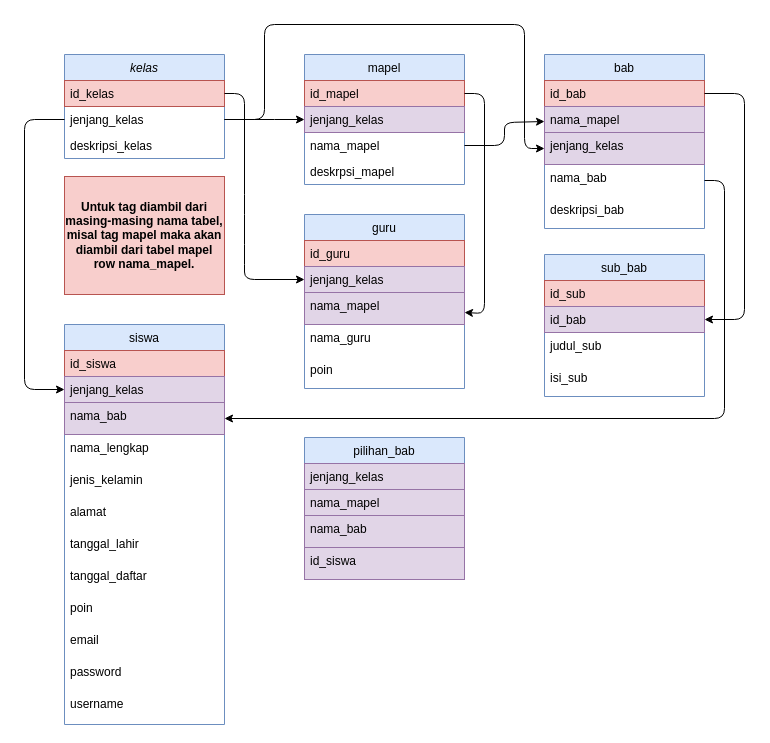
Before: ERD.drawio in surezluvy/online-school, a draw.io diagram. Source tidied: cells renumbered, new cells numbered last; positions are measured from the earlier drawing's top-left corner, leaving out a move shared by most shapes. Both pictures are drawn from the tidied source at 100%, with x=0, y=0 at pixel (24, 24).
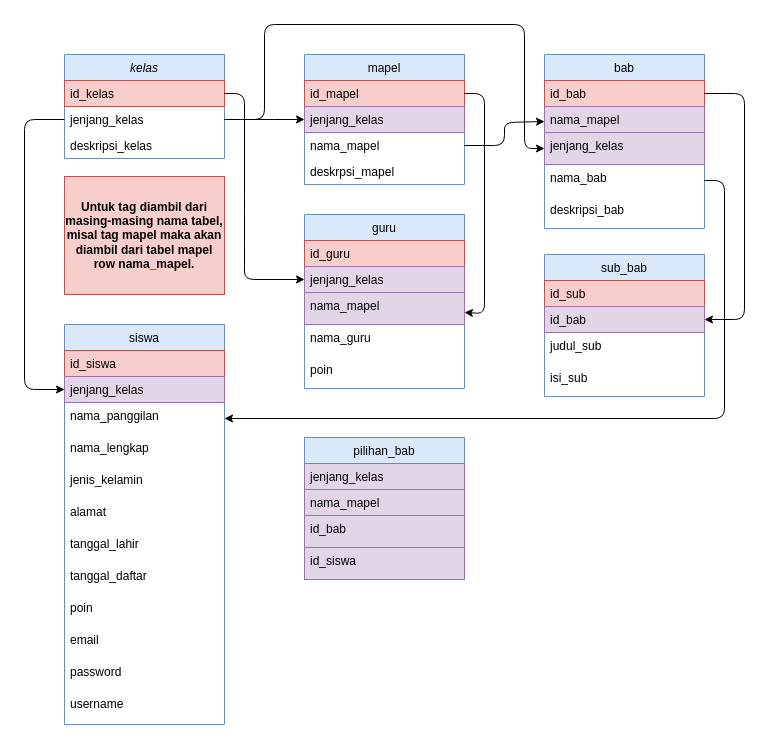
The same page after the edit.

Unchanged cells that the change refers to:
```xml
<mxCell id="29" value="siswa" style="swimlane;fontStyle=0;align=center;verticalAlign=top;horizontal=1;startSize=26;rounded=0;shadow=0;strokeWidth=1;fillColor=#dae8fc;strokeColor=#6c8ebf;" parent="1" vertex="1">
  <mxGeometry x="40" y="300" width="160" height="400" as="geometry" />
</mxCell>
<mxCell id="50" value="pilihan_bab" style="swimlane;fontStyle=0;align=center;verticalAlign=top;horizontal=1;startSize=26;rounded=0;shadow=0;strokeWidth=1;fillColor=#dae8fc;strokeColor=#6c8ebf;" parent="1" vertex="1">
  <mxGeometry x="280" y="413" width="160" height="142" as="geometry" />
</mxCell>
```

The edit, as a diff of the source:
```diff
@@
-    <mxCell id="32" value="nama_bab" style="text;align=left;verticalAlign=top;spacingLeft=4;spacingRight=4;overflow=hidden;points=[[0,0.5],[1,0.5]];portConstraint=eastwest;rounded=0;shadow=0;html=0;fillColor=#e1d5e7;strokeColor=#9673a6;" parent="29" vertex="1">
+    <mxCell id="32" value="nama_panggilan" style="text;align=left;verticalAlign=top;spacingLeft=4;spacingRight=4;overflow=hidden;points=[[0,0.5],[1,0.5]];portConstraint=eastwest;rounded=0;shadow=0;html=0;" parent="29" vertex="1">
       <mxGeometry y="78" width="160" height="32" as="geometry" />
     </mxCell>
@@
-    <mxCell id="53" value="nama_bab" style="text;align=left;verticalAlign=top;spacingLeft=4;spacingRight=4;overflow=hidden;rounded=0;shadow=0;html=0;fillColor=#e1d5e7;strokeColor=#9673a6;" parent="50" vertex="1">
+    <mxCell id="53" value="id_bab" style="text;align=left;verticalAlign=top;spacingLeft=4;spacingRight=4;overflow=hidden;rounded=0;shadow=0;html=0;fillColor=#e1d5e7;strokeColor=#9673a6;" parent="50" vertex="1">
       <mxGeometry y="78" width="160" height="32" as="geometry" />
     </mxCell>
```
